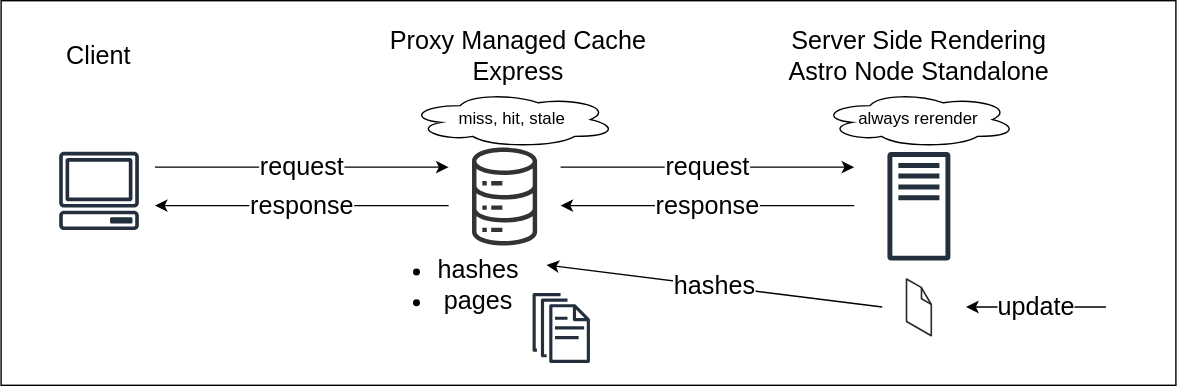
MicroWebStacks/astro-examples keeps this draw.io diagram as media/18_ssr-cache.drawio.svg. Above is the earlier version. Source tidied: cells renumbered, new cells last; positions are measured from the earlier drawing's top-left corner, leaving out a move shared by most shapes. Source of this version:
```xml
<mxGraphModel>
  <root>
    <mxCell id="0" />
    <mxCell id="1" parent="0" />
    <mxCell id="2" style="rounded=0;whiteSpace=wrap;html=1;fillColor=default;" parent="1" vertex="1">
      <mxGeometry width="840" height="275" as="geometry" />
    </mxCell>
    <mxCell id="3" value="Server Side Rendering&lt;br style=&quot;font-size: 18px&quot;&gt;Astro Node Standalone" style="text;html=1;strokeColor=none;fillColor=none;align=center;verticalAlign=middle;whiteSpace=wrap;rounded=0;fontSize=18;" parent="1" vertex="1">
      <mxGeometry x="560" y="25" width="192.5" height="30" as="geometry" />
    </mxCell>
    <mxCell id="4" value="Client" style="text;html=1;strokeColor=none;fillColor=none;align=center;verticalAlign=middle;whiteSpace=wrap;rounded=0;fontSize=18;" parent="1" vertex="1">
      <mxGeometry x="10" y="25" width="120" height="30" as="geometry" />
    </mxCell>
    <mxCell id="5" style="sketch=0;fontColor=#232F3E;gradientColor=none;fillColor=#232F3D;strokeColor=none;dashed=0;verticalLabelPosition=bottom;verticalAlign=top;align=center;html=1;fontSize=12;fontStyle=0;shape=mxgraph.aws4.client;" parent="1" vertex="1">
      <mxGeometry x="41.3" y="108" width="57.5" height="56" as="geometry" />
    </mxCell>
    <mxCell id="6" style="sketch=0;fontColor=#232F3E;gradientColor=none;fillColor=#232F3D;strokeColor=none;dashed=0;verticalLabelPosition=bottom;verticalAlign=top;align=center;html=1;fontSize=12;fontStyle=0;shape=mxgraph.aws4.traditional_server;" parent="1" vertex="1">
      <mxGeometry x="633.8" y="108" width="45" height="78" as="geometry" />
    </mxCell>
    <mxCell id="7" style="sketch=0;fontColor=#232F3E;gradientColor=none;fillColor=#232F3D;strokeColor=none;dashed=0;verticalLabelPosition=bottom;verticalAlign=top;align=center;html=1;fontSize=12;fontStyle=0;shape=mxgraph.aws4.documents;" parent="1" vertex="1">
      <mxGeometry x="380" y="209" width="41" height="50" as="geometry" />
    </mxCell>
    <mxCell id="8" style="sketch=0;fontColor=#232F3E;gradientColor=none;fillColor=#333333;strokeColor=none;dashed=0;verticalLabelPosition=bottom;verticalAlign=top;align=center;html=1;fontSize=12;fontStyle=0;shape=mxgraph.aws4.iot_analytics_data_store;" parent="1" vertex="1">
      <mxGeometry x="335.8" y="105" width="48.5" height="70" as="geometry" />
    </mxCell>
    <mxCell id="9" value="Proxy Managed Cache&lt;br&gt;Express" style="text;html=1;strokeColor=none;fillColor=none;align=center;verticalAlign=middle;whiteSpace=wrap;rounded=0;fontSize=18;" parent="1" vertex="1">
      <mxGeometry x="270" y="25" width="200" height="30" as="geometry" />
    </mxCell>
    <mxCell id="10" value="request" style="endArrow=classic;html=1;fontSize=18;" parent="1" edge="1">
      <mxGeometry relative="1" as="geometry">
        <mxPoint x="110" y="119" as="sourcePoint" />
        <mxPoint x="320" y="119" as="targetPoint" />
      </mxGeometry>
    </mxCell>
    <mxCell id="11" value="response" style="endArrow=classic;html=1;fontSize=18;" parent="1" edge="1">
      <mxGeometry relative="1" as="geometry">
        <mxPoint x="320" y="146.5" as="sourcePoint" />
        <mxPoint x="110" y="146.5" as="targetPoint" />
      </mxGeometry>
    </mxCell>
    <mxCell id="12" value="&lt;ul&gt;&lt;li&gt;hashes&lt;/li&gt;&lt;li&gt;pages&lt;/li&gt;&lt;/ul&gt;" style="text;html=1;strokeColor=none;fillColor=none;align=center;verticalAlign=middle;whiteSpace=wrap;rounded=0;fontSize=18;" parent="1" vertex="1">
      <mxGeometry x="280" y="189" width="83.2" height="30" as="geometry" />
    </mxCell>
    <mxCell id="13" value="request" style="endArrow=classic;html=1;fontSize=18;" parent="1" edge="1">
      <mxGeometry relative="1" as="geometry">
        <mxPoint x="400" y="119" as="sourcePoint" />
        <mxPoint x="610" y="119" as="targetPoint" />
      </mxGeometry>
    </mxCell>
    <mxCell id="14" value="response" style="endArrow=classic;html=1;fontSize=18;" parent="1" edge="1">
      <mxGeometry relative="1" as="geometry">
        <mxPoint x="610" y="146.5" as="sourcePoint" />
        <mxPoint x="400" y="146.5" as="targetPoint" />
      </mxGeometry>
    </mxCell>
    <mxCell id="15" style="verticalLabelPosition=bottom;html=1;verticalAlign=top;strokeWidth=1;align=center;dashed=0;shape=mxgraph.aws3d.file;strokeColor=#292929;fontSize=18;fillColor=#FFFFFF;" parent="1" vertex="1">
      <mxGeometry x="647.4" y="199" width="17.7" height="40.6" as="geometry" />
    </mxCell>
    <mxCell id="16" value="update" style="endArrow=classic;html=1;fontSize=18;" parent="1" edge="1">
      <mxGeometry relative="1" as="geometry">
        <mxPoint x="790" y="219" as="sourcePoint" />
        <mxPoint x="690" y="219" as="targetPoint" />
      </mxGeometry>
    </mxCell>
    <mxCell id="17" value="hashes" style="endArrow=classic;html=1;fontSize=18;" parent="1" edge="1">
      <mxGeometry relative="1" as="geometry">
        <mxPoint x="630" y="219" as="sourcePoint" />
        <mxPoint x="390" y="189" as="targetPoint" />
      </mxGeometry>
    </mxCell>
    <mxCell id="18" value="miss, hit, stale" style="ellipse;shape=cloud;whiteSpace=wrap;html=1;fontSize=12;fillColor=#FFFFFF;" parent="1" vertex="1">
      <mxGeometry x="291" y="65" width="149" height="40" as="geometry" />
    </mxCell>
    <mxCell id="19" value="always rerender" style="ellipse;shape=cloud;whiteSpace=wrap;html=1;fontSize=12;fillColor=#FFFFFF;" parent="1" vertex="1">
      <mxGeometry x="586.2" y="65" width="140" height="40" as="geometry" />
    </mxCell>
  </root>
</mxGraphModel>
```
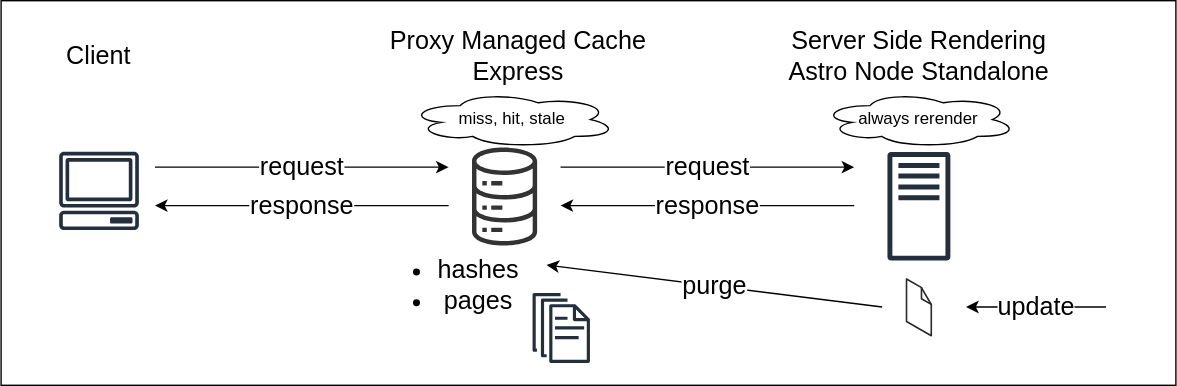
Above is the later version.

Change to the diagram source:
```diff
@@ -62,7 +62,7 @@
         <mxPoint x="690" y="219" as="targetPoint" />
       </mxGeometry>
     </mxCell>
-    <mxCell id="17" value="hashes" style="endArrow=classic;html=1;fontSize=18;" parent="1" edge="1">
+    <mxCell id="17" value="purge" style="endArrow=classic;html=1;fontSize=18;" parent="1" edge="1">
       <mxGeometry relative="1" as="geometry">
         <mxPoint x="630" y="219" as="sourcePoint" />
         <mxPoint x="390" y="189" as="targetPoint" />
```
